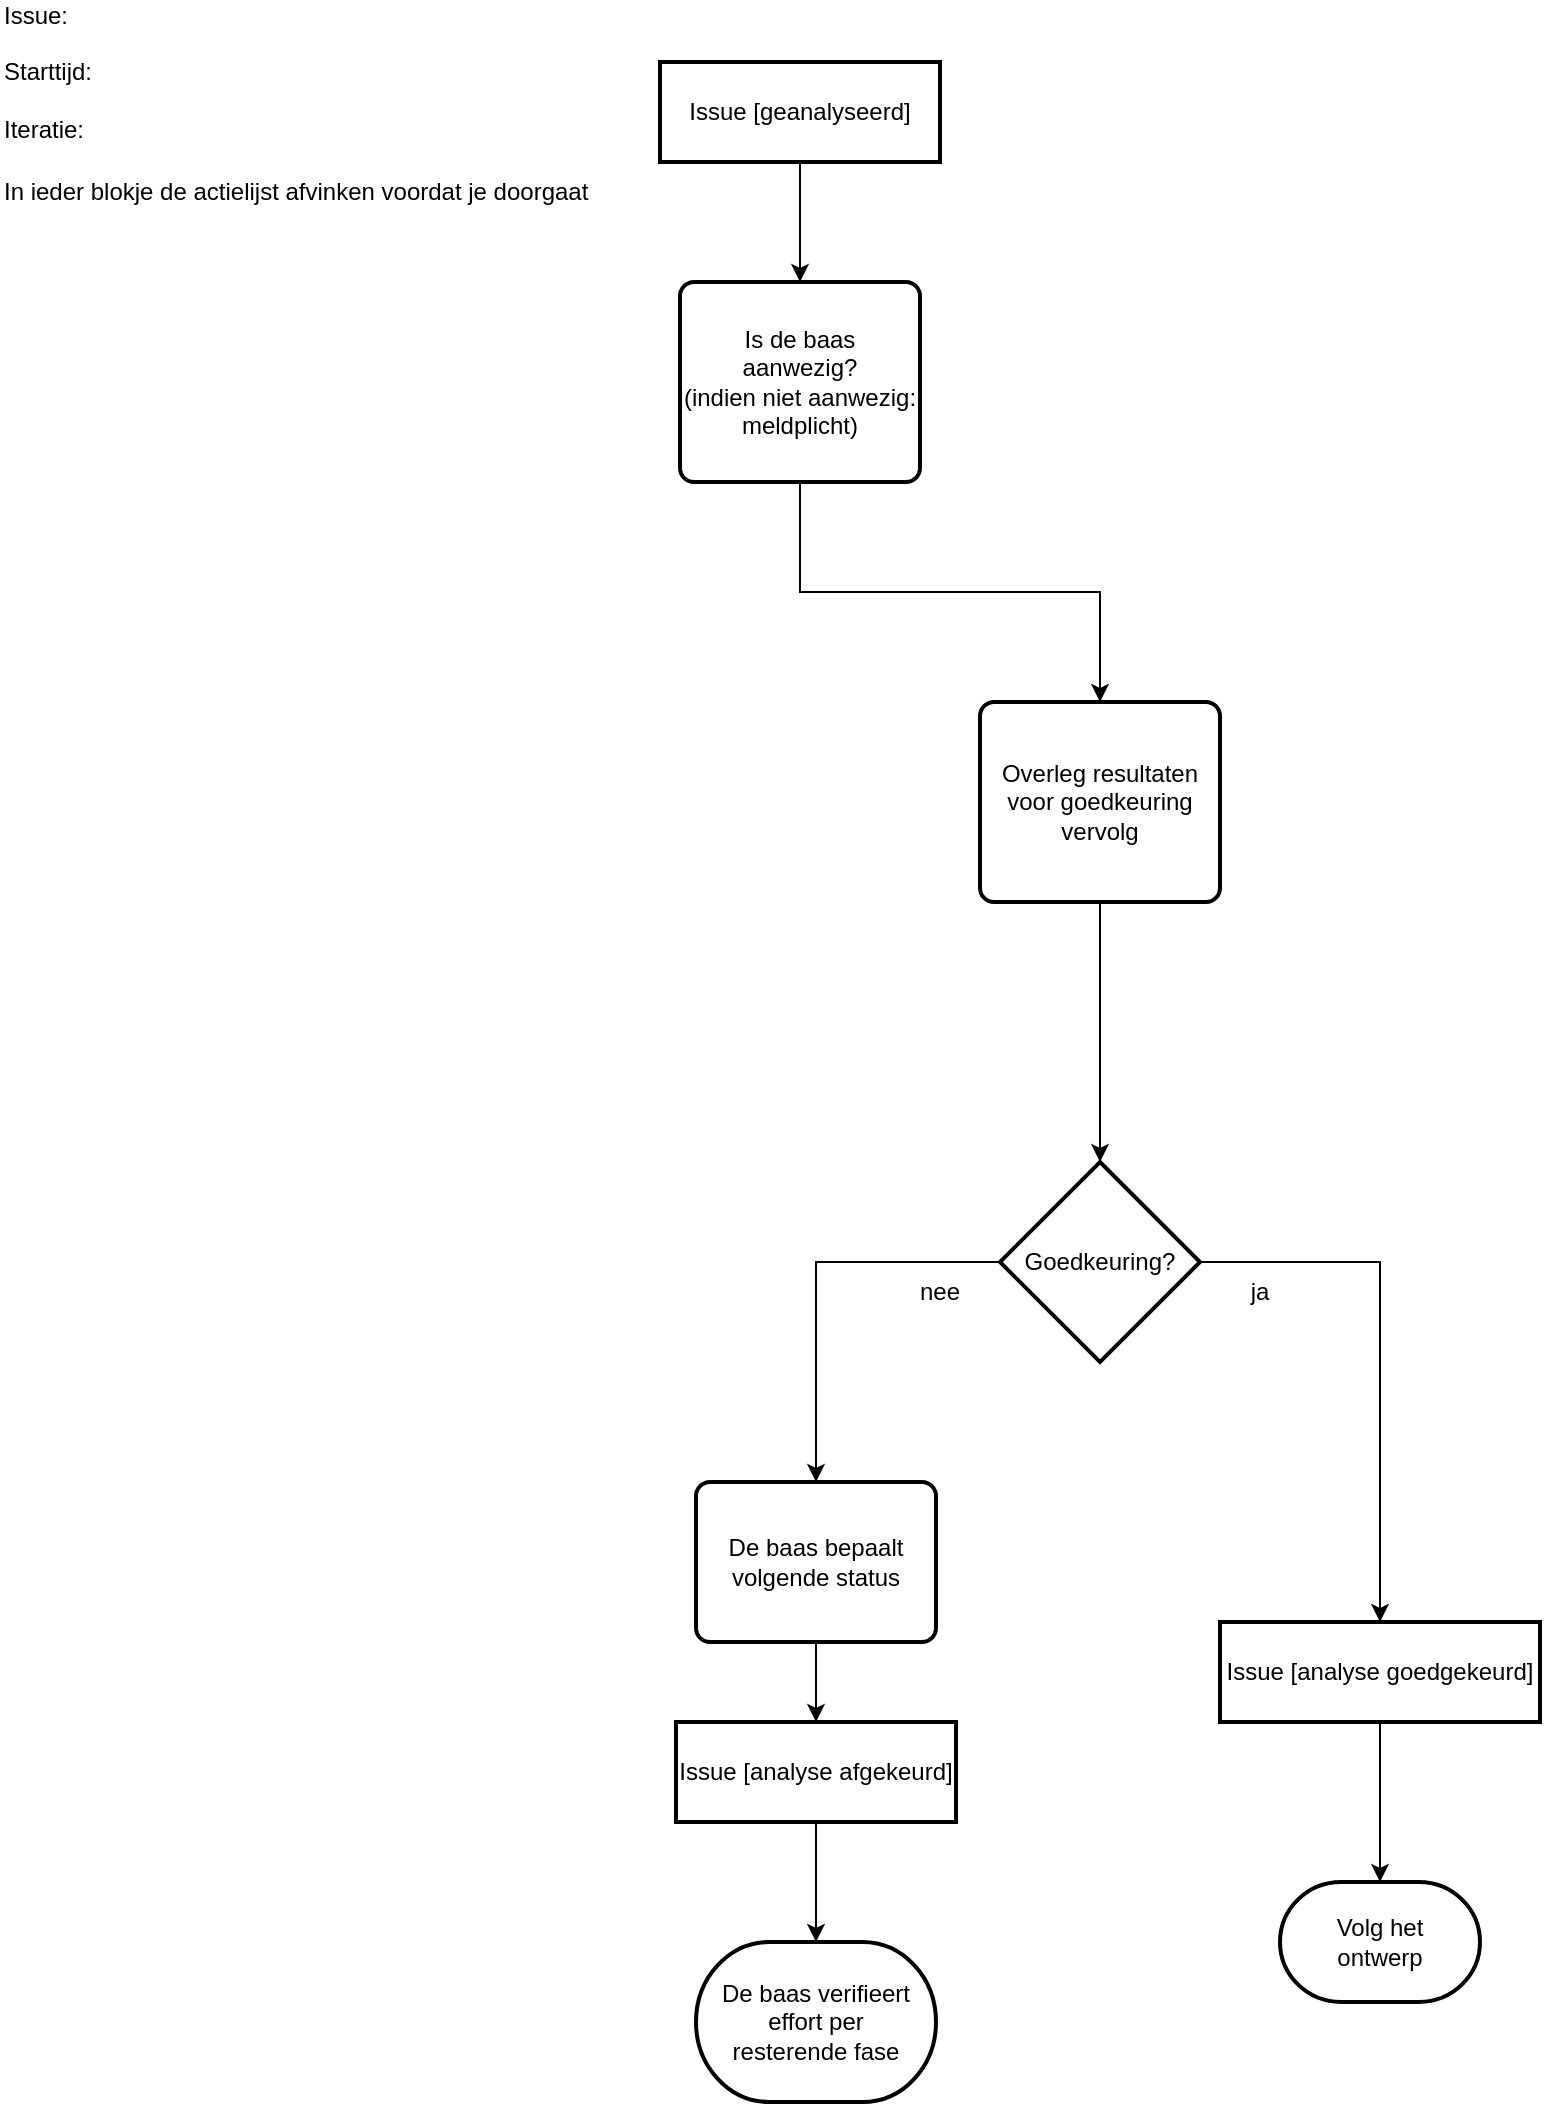
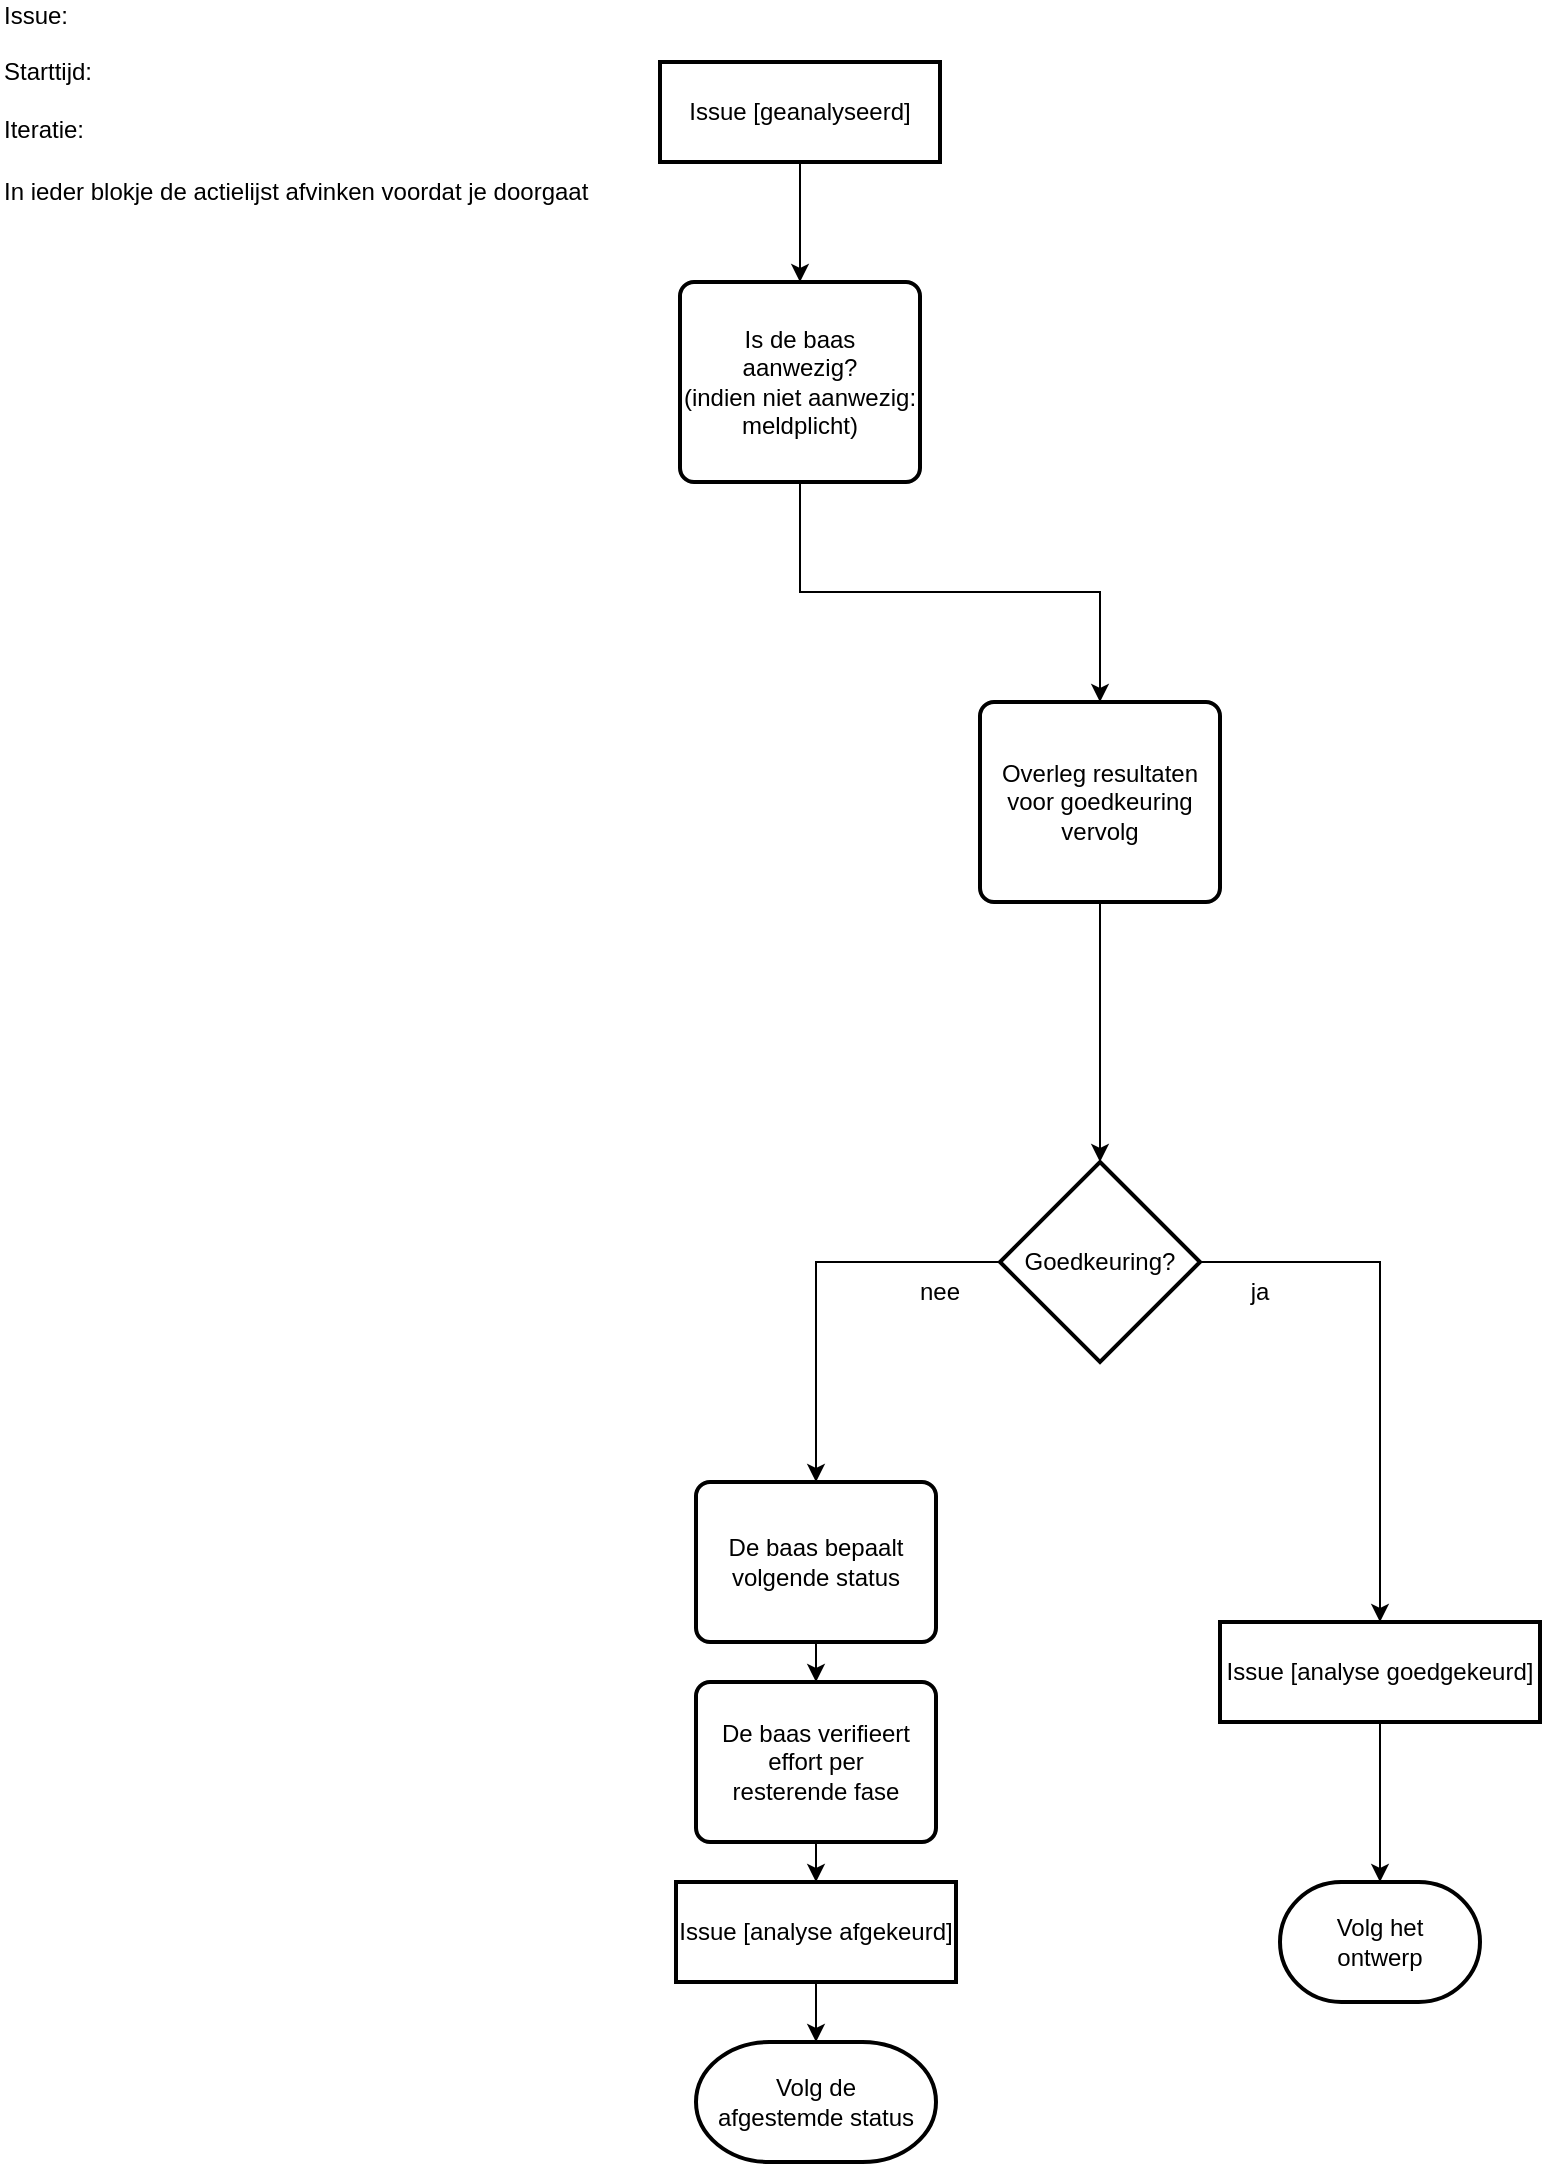
<mxfile host="Electron" agent="Mozilla/5.0 (Windows NT 10.0; Win64; x64) AppleWebKit/537.36 (KHTML, like Gecko) Chrome/143.0.0.0 Safari/537.36">
  <diagram name="Page-1" id="dRIuHNPxK5ljcTMTVuEa">
    <mxGraphModel dx="842" dy="576" grid="1" gridSize="10" guides="1" tooltips="1" connect="1" arrows="1" fold="1" page="1" pageScale="1" pageWidth="827" pageHeight="1169" math="0" shadow="0">
      <root>
        <mxCell id="0" />
        <mxCell id="1" parent="0" />
        <mxCell id="2NNRtmBDYVnEMtFiFuyq-45" edge="1" parent="1" source="2NNRtmBDYVnEMtFiFuyq-46" style="edgeStyle=orthogonalEdgeStyle;rounded=0;orthogonalLoop=1;jettySize=auto;html=1;entryX=0.5;entryY=0;entryDx=0;entryDy=0;" target="2NNRtmBDYVnEMtFiFuyq-48" value="">
          <mxGeometry relative="1" as="geometry" />
        </mxCell>
        <object label="Issue [geanalyseerd]" Action="401" id="2NNRtmBDYVnEMtFiFuyq-46">
          <mxCell parent="1" style="rounded=0;whiteSpace=wrap;html=1;strokeWidth=2;" vertex="1">
            <mxGeometry height="50" width="140" x="340" y="40" as="geometry" />
          </mxCell>
        </object>
        <mxCell id="2NNRtmBDYVnEMtFiFuyq-47" edge="1" parent="1" source="2NNRtmBDYVnEMtFiFuyq-48" style="edgeStyle=orthogonalEdgeStyle;rounded=0;orthogonalLoop=1;jettySize=auto;html=1;exitX=0.5;exitY=1;exitDx=0;exitDy=0;entryX=0.5;entryY=0;entryDx=0;entryDy=0;" target="2NNRtmBDYVnEMtFiFuyq-53">
          <mxGeometry relative="1" as="geometry" />
        </mxCell>
        <object label="Is de baas&lt;br&gt;aanwezig?&lt;br&gt;(indien niet aanwezig:&lt;br&gt;meldplicht)" Action="402" id="2NNRtmBDYVnEMtFiFuyq-48">
          <mxCell parent="1" style="rounded=1;whiteSpace=wrap;html=1;absoluteArcSize=1;arcSize=14;strokeWidth=2;" vertex="1">
            <mxGeometry height="100" width="120" x="350" y="150" as="geometry" />
          </mxCell>
        </object>
        <mxCell id="2NNRtmBDYVnEMtFiFuyq-52" edge="1" parent="1" source="2NNRtmBDYVnEMtFiFuyq-53" style="edgeStyle=orthogonalEdgeStyle;rounded=0;orthogonalLoop=1;jettySize=auto;html=1;exitX=0.5;exitY=1;exitDx=0;exitDy=0;entryX=0.5;entryY=0;entryDx=0;entryDy=0;entryPerimeter=0;" target="2NNRtmBDYVnEMtFiFuyq-57">
          <mxGeometry relative="1" as="geometry" />
        </mxCell>
        <object label="Overleg resultaten&lt;br&gt;voor goedkeuring&lt;br&gt;vervolg" Action="404" id="2NNRtmBDYVnEMtFiFuyq-53">
          <mxCell parent="1" style="rounded=1;whiteSpace=wrap;html=1;absoluteArcSize=1;arcSize=14;strokeWidth=2;" vertex="1">
            <mxGeometry height="100" width="120" x="500" y="360" as="geometry" />
          </mxCell>
        </object>
        <object label="Goedkeuring?" Action="406" id="2NNRtmBDYVnEMtFiFuyq-57">
          <mxCell parent="1" style="strokeWidth=2;html=1;shape=mxgraph.flowchart.decision;whiteSpace=wrap;" vertex="1">
            <mxGeometry height="100" width="100" x="510" y="590" as="geometry" />
          </mxCell>
        </object>
        <object label="Volg het&lt;br&gt;ontwerp" Action="406T" id="2NNRtmBDYVnEMtFiFuyq-58">
          <mxCell parent="1" style="strokeWidth=2;html=1;shape=mxgraph.flowchart.terminator;whiteSpace=wrap;" vertex="1">
            <mxGeometry height="60" width="100" x="650" y="950" as="geometry" />
          </mxCell>
        </object>
        <mxCell id="2NNRtmBDYVnEMtFiFuyq-59" edge="1" parent="1" source="2NNRtmBDYVnEMtFiFuyq-57" style="edgeStyle=orthogonalEdgeStyle;rounded=0;orthogonalLoop=1;jettySize=auto;html=1;exitX=1;exitY=0.5;exitDx=0;exitDy=0;exitPerimeter=0;entryX=0.5;entryY=0;entryDx=0;entryDy=0;" target="object_analyse_goedgekeurd">
          <mxGeometry relative="1" as="geometry" />
        </mxCell>
        <object label="Issue [analyse goedgekeurd]" id="object_analyse_goedgekeurd">
          <mxCell parent="1" style="rounded=0;whiteSpace=wrap;html=1;strokeWidth=2;" vertex="1">
            <mxGeometry height="50" width="160" x="620" y="820" as="geometry" />
          </mxCell>
        </object>
        <mxCell id="edge_goedgekeurd_to_terminator" edge="1" parent="1" source="object_analyse_goedgekeurd" style="edgeStyle=orthogonalEdgeStyle;rounded=0;orthogonalLoop=1;jettySize=auto;html=1;" target="2NNRtmBDYVnEMtFiFuyq-58" value="">
          <mxGeometry relative="1" as="geometry" />
        </mxCell>
        <mxCell id="2NNRtmBDYVnEMtFiFuyq-60" parent="1" style="text;html=1;whiteSpace=wrap;strokeColor=none;fillColor=none;align=center;verticalAlign=middle;rounded=0;" value="ja" vertex="1">
          <mxGeometry height="30" width="60" x="610" y="640" as="geometry" />
        </mxCell>
        <object label="De baas bepaalt&lt;br&gt;volgende status" Action="406F" id="2NNRtmBDYVnEMtFiFuyq-61">
          <mxCell parent="1" style="rounded=1;whiteSpace=wrap;html=1;absoluteArcSize=1;arcSize=14;strokeWidth=2;" vertex="1">
            <mxGeometry height="80" width="120" x="358" y="750" as="geometry" />
          </mxCell>
        </object>
        <mxCell id="2NNRtmBDYVnEMtFiFuyq-62" edge="1" parent="1" source="2NNRtmBDYVnEMtFiFuyq-57" style="edgeStyle=orthogonalEdgeStyle;rounded=0;orthogonalLoop=1;jettySize=auto;html=1;exitX=0;exitY=0.5;exitDx=0;exitDy=0;exitPerimeter=0;entryX=0.5;entryY=0;entryDx=0;entryDy=0;" target="2NNRtmBDYVnEMtFiFuyq-61">
          <mxGeometry relative="1" as="geometry" />
        </mxCell>
        <mxCell id="2NNRtmBDYVnEMtFiFuyq-63" parent="1" style="text;html=1;whiteSpace=wrap;strokeColor=none;fillColor=none;align=center;verticalAlign=middle;rounded=0;" value="nee" vertex="1">
          <mxGeometry height="30" width="60" x="450" y="640" as="geometry" />
        </mxCell>
        <mxCell id="2NNRtmBDYVnEMtFiFuyq-64" parent="1" style="text;html=1;align=left;verticalAlign=middle;whiteSpace=wrap;rounded=0;" value="Issue:&amp;nbsp; &amp;nbsp;&lt;br&gt;&lt;br&gt;Starttijd:&lt;br&gt;&lt;br&gt;Iteratie:&amp;nbsp;" vertex="1">
          <mxGeometry height="30" width="60" x="10" y="30" as="geometry" />
        </mxCell>
        <mxCell id="2NNRtmBDYVnEMtFiFuyq-65" parent="1" style="text;html=1;whiteSpace=wrap;strokeColor=none;fillColor=none;align=left;verticalAlign=middle;rounded=0;labelPosition=center;verticalLabelPosition=middle;" value="In ieder blokje de actielijst afvinken voordat je doorgaat" vertex="1">
          <mxGeometry height="30" width="300" x="10" y="90" as="geometry" />
        </mxCell>
        <object label="De baas verifieert&lt;br&gt;effort per&lt;br&gt;resterende fase" Action="406G" id="2NNRtmBDYVnEMtFiFuyq-70">
-           <mxCell parent="1" style="strokeWidth=2;html=1;shape=mxgraph.flowchart.terminator;whiteSpace=wrap;" vertex="1">
-             <mxGeometry height="80" width="120" x="358" y="980" as="geometry" />
+           <mxCell parent="1" style="rounded=1;whiteSpace=wrap;html=1;absoluteArcSize=1;arcSize=14;strokeWidth=2;" vertex="1">
+             <mxGeometry height="80" width="120" x="358" y="850" as="geometry" />
          </mxCell>
        </object>
-         <mxCell id="2NNRtmBDYVnEMtFiFuyq-71" edge="1" parent="1" source="2NNRtmBDYVnEMtFiFuyq-61" style="edgeStyle=orthogonalEdgeStyle;rounded=0;orthogonalLoop=1;jettySize=auto;html=1;exitX=0.5;exitY=1;exitDx=0;exitDy=0;entryX=0.5;entryY=0;entryDx=0;entryDy=0;" target="object_analyse_afgekeurd">
+         <mxCell id="2NNRtmBDYVnEMtFiFuyq-71" edge="1" parent="1" source="2NNRtmBDYVnEMtFiFuyq-61" style="edgeStyle=orthogonalEdgeStyle;rounded=0;orthogonalLoop=1;jettySize=auto;html=1;exitX=0.5;exitY=1;exitDx=0;exitDy=0;entryX=0.5;entryY=0;entryDx=0;entryDy=0;" target="2NNRtmBDYVnEMtFiFuyq-70">
          <mxGeometry relative="1" as="geometry" />
        </mxCell>
        <object label="Issue [analyse afgekeurd]" id="object_analyse_afgekeurd">
          <mxCell parent="1" style="rounded=0;whiteSpace=wrap;html=1;strokeWidth=2;" vertex="1">
-             <mxGeometry height="50" width="140" x="348" y="870" as="geometry" />
+             <mxGeometry height="50" width="140" x="348" y="950" as="geometry" />
          </mxCell>
        </object>
-         <mxCell id="edge_afgekeurd_to_terminator" edge="1" parent="1" source="object_analyse_afgekeurd" style="edgeStyle=orthogonalEdgeStyle;rounded=0;orthogonalLoop=1;jettySize=auto;html=1;" target="2NNRtmBDYVnEMtFiFuyq-70" value="">
+         <mxCell id="edge_verifieert_to_afgekeurd" edge="1" parent="1" source="2NNRtmBDYVnEMtFiFuyq-70" style="edgeStyle=orthogonalEdgeStyle;rounded=0;orthogonalLoop=1;jettySize=auto;html=1;exitX=0.5;exitY=1;exitDx=0;exitDy=0;entryX=0.5;entryY=0;entryDx=0;entryDy=0;" target="object_analyse_afgekeurd" value="">
+           <mxGeometry relative="1" as="geometry" />
+         </mxCell>
+         <object label="Volg de&lt;br&gt;afgestemde status" Action="406H" id="terminator_volg_afgestemde_status">
+           <mxCell parent="1" style="strokeWidth=2;html=1;shape=mxgraph.flowchart.terminator;whiteSpace=wrap;" vertex="1">
+             <mxGeometry height="60" width="120" x="358" y="1030" as="geometry" />
+           </mxCell>
+         </object>
+         <mxCell id="edge_afgekeurd_to_volg" edge="1" parent="1" source="object_analyse_afgekeurd" style="edgeStyle=orthogonalEdgeStyle;rounded=0;orthogonalLoop=1;jettySize=auto;html=1;exitX=0.5;exitY=1;exitDx=0;exitDy=0;entryX=0.5;entryY=0;entryDx=0;entryDy=0;" target="terminator_volg_afgestemde_status" value="">
          <mxGeometry relative="1" as="geometry" />
        </mxCell>
      </root>
    </mxGraphModel>
  </diagram>
</mxfile>
